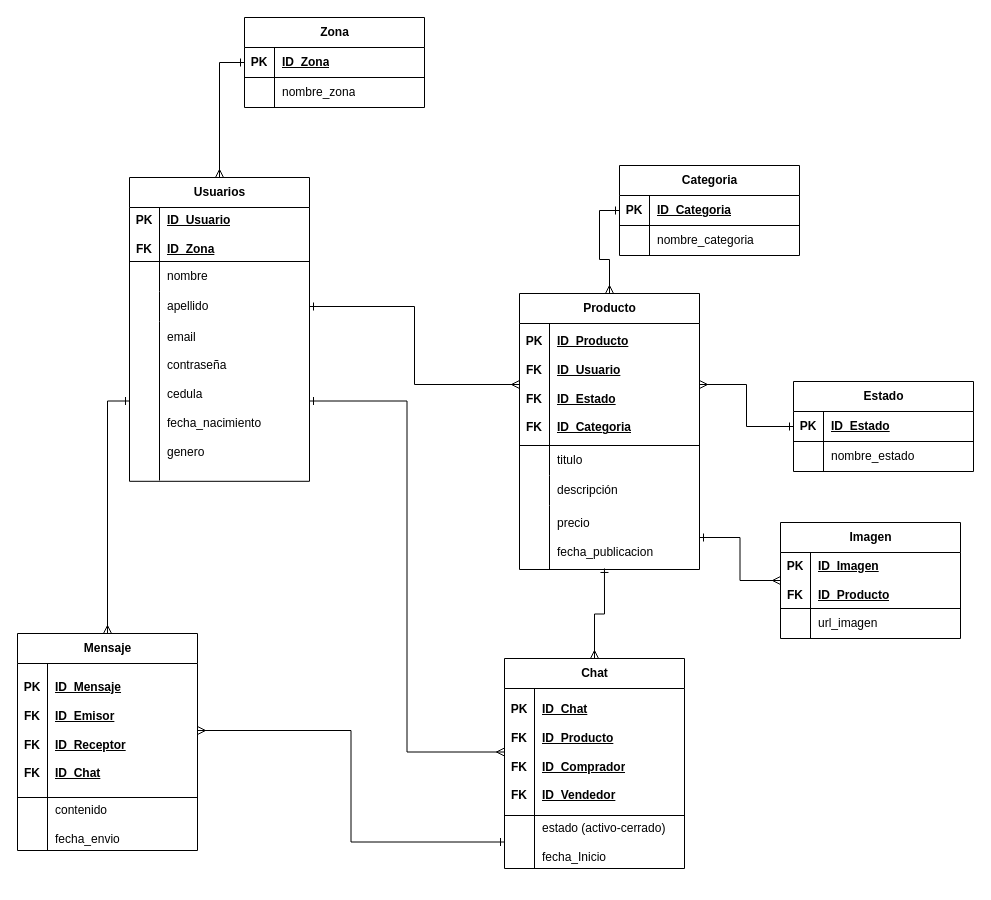
Above: Design/MER.drawio in SebasLS1/PoliMarketplace (draw.io), before the change. Source tidied: cells renumbered, new cells numbered last; positions are measured from the earlier drawing's top-left corner, leaving out a move shared by most shapes. Both pictures are drawn from the tidied source at 100%, with x=0, y=0 at pixel (17, 17).
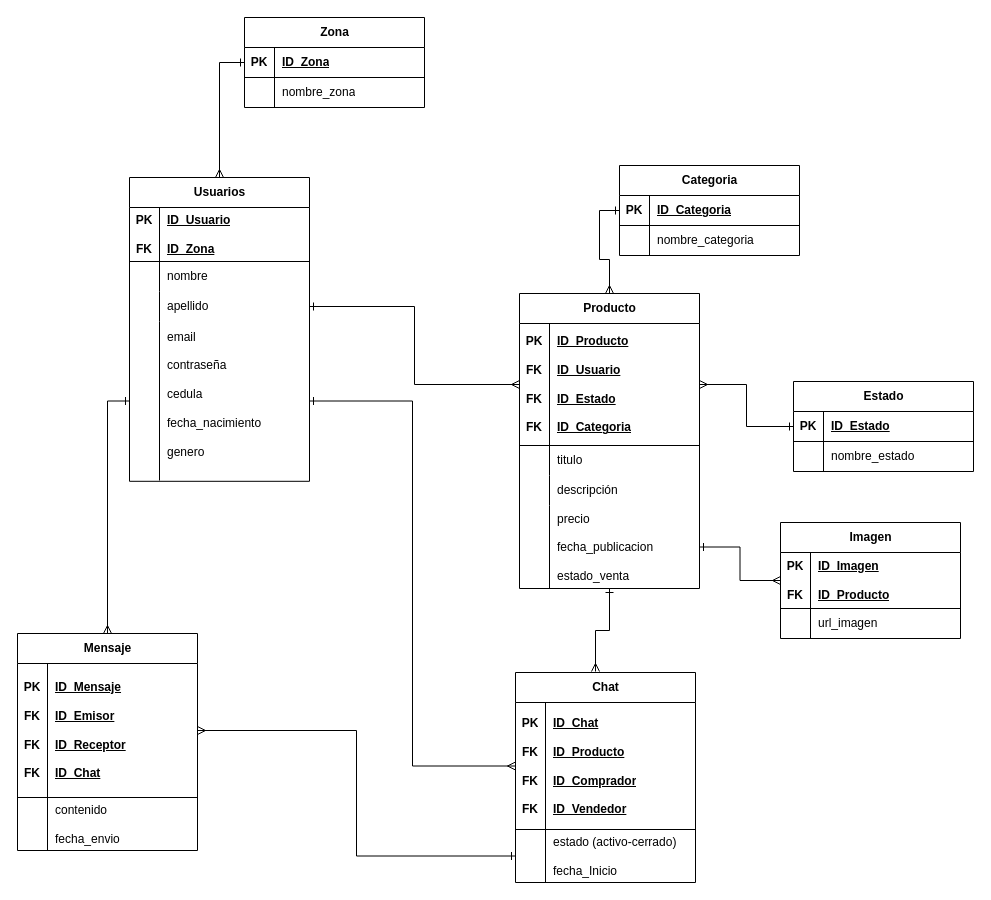
The same diagram, later.

The edit, as a diff of the source:
```diff
@@
     <mxCell id="24" value="Producto" style="shape=table;startSize=30;childLayout=tableLayout;rowLines=0;fontStyle=1;align=center;html=1;" parent="1" vertex="1">
-      <mxGeometry x="502" y="276" width="180" height="276" as="geometry" />
+      <mxGeometry x="502" y="276" width="180" height="295" as="geometry" />
     </mxCell>
@@
     <mxCell id="34" style="shape=tableRow;horizontal=0;startSize=0;swimlaneHead=0;swimlaneBody=0;fillColor=none;points=[[0,0.5],[1,0.5]];portConstraint=eastwest;top=0;left=0;right=0;bottom=0;" parent="24" vertex="1">
-      <mxGeometry y="212" width="180" height="64" as="geometry" />
+      <mxGeometry y="212" width="180" height="83" as="geometry" />
     </mxCell>
     <mxCell id="35" style="shape=partialRectangle;fillColor=none;top=0;left=0;bottom=0;right=0;overflow=hidden;whiteSpace=wrap;html=1;" parent="34" vertex="1">
-      <mxGeometry width="30" height="64" as="geometry" />
+      <mxGeometry width="30" height="83" as="geometry" />
     </mxCell>
-    <mxCell id="36" value="&lt;div&gt;&lt;div&gt;precio&lt;/div&gt;&lt;/div&gt;&lt;div&gt;&lt;br&gt;&lt;/div&gt;&lt;div&gt;fecha_publicacion&lt;/div&gt;" style="shape=partialRectangle;fillColor=none;top=0;left=0;bottom=0;right=0;align=left;spacingLeft=6;overflow=hidden;whiteSpace=wrap;html=1;" parent="34" vertex="1">
-      <mxGeometry x="30" width="150" height="64" as="geometry" />
+    <mxCell id="36" value="&lt;div&gt;&lt;div&gt;precio&lt;/div&gt;&lt;/div&gt;&lt;div&gt;&lt;br&gt;&lt;/div&gt;&lt;div&gt;fecha_publicacion&lt;/div&gt;&lt;div&gt;&lt;br&gt;&lt;/div&gt;&lt;div&gt;estado_venta&lt;/div&gt;" style="shape=partialRectangle;fillColor=none;top=0;left=0;bottom=0;right=0;align=left;spacingLeft=6;overflow=hidden;whiteSpace=wrap;html=1;" parent="34" vertex="1">
+      <mxGeometry x="30" width="150" height="83" as="geometry" />
     </mxCell>
@@
     <mxCell id="59" value="Chat" style="shape=table;startSize=30;childLayout=tableLayout;rowLines=0;fontStyle=1;align=center;html=1;" parent="1" vertex="1">
-      <mxGeometry x="487" y="641" width="180" height="210" as="geometry" />
+      <mxGeometry x="498" y="655" width="180" height="210" as="geometry" />
     </mxCell>
@@
-    <mxCell id="77" style="edgeStyle=orthogonalEdgeStyle;rounded=0;jettySize=auto;html=1;exitX=0.5;exitY=0;exitDx=0;exitDy=0;entryX=0.472;entryY=0.984;entryDx=0;entryDy=0;entryPerimeter=0;endArrow=ERone;endFill=0;startArrow=ERmany;startFill=0;" parent="1" edge="1" source="59" target="34">
-      <mxGeometry relative="1" as="geometry" />
-    </mxCell>
@@
+    <mxCell id="79" style="edgeStyle=orthogonalEdgeStyle;rounded=0;jettySize=auto;html=1;exitX=0.5;exitY=1;exitDx=0;exitDy=0;endArrow=ERmany;endFill=0;startArrow=ERone;startFill=0;" parent="1" edge="1" source="24">
+      <mxGeometry relative="1" as="geometry">
+        <mxPoint x="578" y="654" as="targetPoint" />
+        <Array as="points">
+          <mxPoint x="592" y="613" />
+          <mxPoint x="578" y="613" />
+        </Array>
+      </mxGeometry>
+    </mxCell>
```
